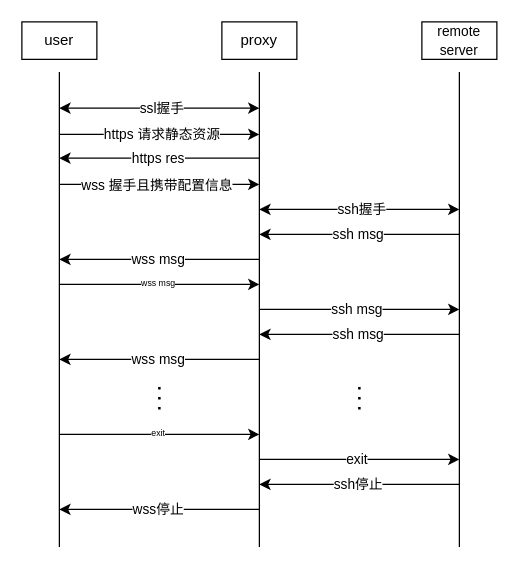
GeorgeI997/web-vpn keeps this draw.io diagram as ssh-sys-comm.drawio. Above is the earlier version. Source tidied: cells renumbered, new cells numbered last; positions are measured from the earlier drawing's top-left corner, leaving out a move shared by most shapes. Both pictures are drawn from the tidied source at 125%, with x=0, y=0 at pixel (21, 21).
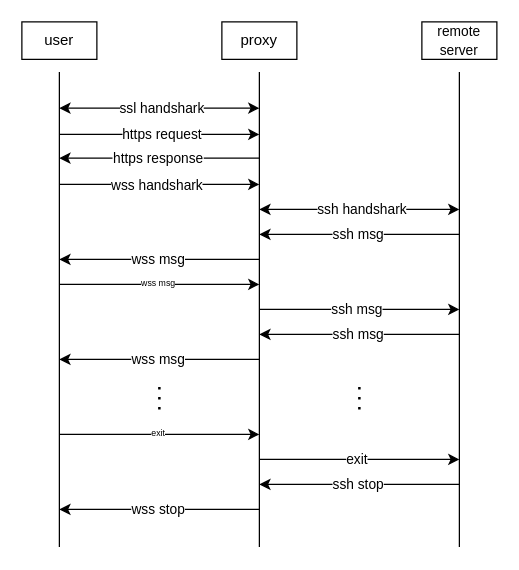
After the change.

The change refers to these unchanged cells:
```xml
<mxCell id="5" style="endArrow=classic;html=1;" parent="1" edge="1">
  <mxGeometry relative="1" as="geometry">
    <mxPoint x="30" y="90" as="sourcePoint" />
    <mxPoint x="190" y="90" as="targetPoint" />
  </mxGeometry>
</mxCell>
<mxCell id="10" style="endArrow=classic;html=1;" parent="1" edge="1">
  <mxGeometry relative="1" as="geometry">
    <mxPoint x="190" y="109" as="sourcePoint" />
    <mxPoint x="30" y="109" as="targetPoint" />
  </mxGeometry>
</mxCell>
<mxCell id="12" style="endArrow=classic;html=1;" parent="1" edge="1">
  <mxGeometry relative="1" as="geometry">
    <mxPoint x="30" y="130" as="sourcePoint" />
    <mxPoint x="190" y="130" as="targetPoint" />
  </mxGeometry>
</mxCell>
<mxCell id="14" style="startArrow=classic;endArrow=classic;html=1;" parent="1" edge="1">
  <mxGeometry relative="1" as="geometry">
    <mxPoint x="190" y="150" as="sourcePoint" />
    <mxPoint x="350" y="150" as="targetPoint" />
  </mxGeometry>
</mxCell>
<mxCell id="34" style="endArrow=classic;html=1;" parent="1" edge="1">
  <mxGeometry relative="1" as="geometry">
    <mxPoint x="350" y="370" as="sourcePoint" />
    <mxPoint x="190" y="370" as="targetPoint" />
  </mxGeometry>
</mxCell>
<mxCell id="36" style="endArrow=classic;html=1;" parent="1" edge="1">
  <mxGeometry relative="1" as="geometry">
    <mxPoint x="190" y="390" as="sourcePoint" />
    <mxPoint x="30" y="390" as="targetPoint" />
  </mxGeometry>
</mxCell>
<mxCell id="38" style="startArrow=classic;endArrow=classic;html=1;" parent="1" edge="1">
  <mxGeometry relative="1" as="geometry">
    <mxPoint x="30" y="69" as="sourcePoint" />
    <mxPoint x="190" y="69" as="targetPoint" />
  </mxGeometry>
</mxCell>
```

What changed in the source:
```diff
@@
-    <mxCell id="6" value="https 请求静态资源" style="edgeLabel;html=1;align=center;verticalAlign=middle;" parent="5" vertex="1">
+    <mxCell id="6" value="https request" style="edgeLabel;html=1;align=center;verticalAlign=middle;" parent="5" vertex="1">
       <mxGeometry x="0.13" y="1" relative="1" as="geometry">
         <mxPoint x="-9" as="offset" />
       </mxGeometry>
     </mxCell>
@@
-    <mxCell id="11" value="https res" style="edgeLabel;html=1;align=center;verticalAlign=middle;" parent="10" vertex="1">
+    <mxCell id="11" value="https response" style="edgeLabel;html=1;align=center;verticalAlign=middle;" parent="10" vertex="1">
       <mxGeometry x="-0.16" y="-1" relative="1" as="geometry">
         <mxPoint x="-15" as="offset" />
       </mxGeometry>
     </mxCell>
@@
-    <mxCell id="13" value="wss 握手且携带配置信息" style="edgeLabel;html=1;align=center;verticalAlign=middle;" parent="12" vertex="1">
+    <mxCell id="13" value="wss handshark" style="edgeLabel;html=1;align=center;verticalAlign=middle;" parent="12" vertex="1">
       <mxGeometry x="0.19" relative="1" as="geometry">
         <mxPoint x="-18" as="offset" />
       </mxGeometry>
     </mxCell>
@@
-    <mxCell id="15" value="ssh握手" style="edgeLabel;html=1;align=center;verticalAlign=middle;" parent="14" vertex="1">
+    <mxCell id="15" value="ssh handshark" style="edgeLabel;html=1;align=center;verticalAlign=middle;" parent="14" vertex="1">
       <mxGeometry x="0.13" y="1" relative="1" as="geometry">
         <mxPoint x="-9" as="offset" />
       </mxGeometry>
     </mxCell>
@@
-    <mxCell id="35" value="ssh停止" style="edgeLabel;html=1;align=center;verticalAlign=middle;" parent="34" vertex="1">
+    <mxCell id="35" value="ssh stop" style="edgeLabel;html=1;align=center;verticalAlign=middle;" parent="34" vertex="1">
       <mxGeometry x="-0.16" y="-1" relative="1" as="geometry">
         <mxPoint x="-15" as="offset" />
       </mxGeometry>
     </mxCell>
@@
-    <mxCell id="37" value="wss停止" style="edgeLabel;html=1;align=center;verticalAlign=middle;" parent="36" vertex="1">
+    <mxCell id="37" value="wss stop" style="edgeLabel;html=1;align=center;verticalAlign=middle;" parent="36" vertex="1">
       <mxGeometry x="-0.16" y="-1" relative="1" as="geometry">
         <mxPoint x="-15" as="offset" />
       </mxGeometry>
     </mxCell>
@@
-    <mxCell id="39" value="ssl握手" style="edgeLabel;html=1;align=center;verticalAlign=middle;" parent="38" vertex="1">
+    <mxCell id="39" value="ssl handshark" style="edgeLabel;html=1;align=center;verticalAlign=middle;" parent="38" vertex="1">
       <mxGeometry x="0.13" y="1" relative="1" as="geometry">
         <mxPoint x="-9" as="offset" />
       </mxGeometry>
     </mxCell>
```
